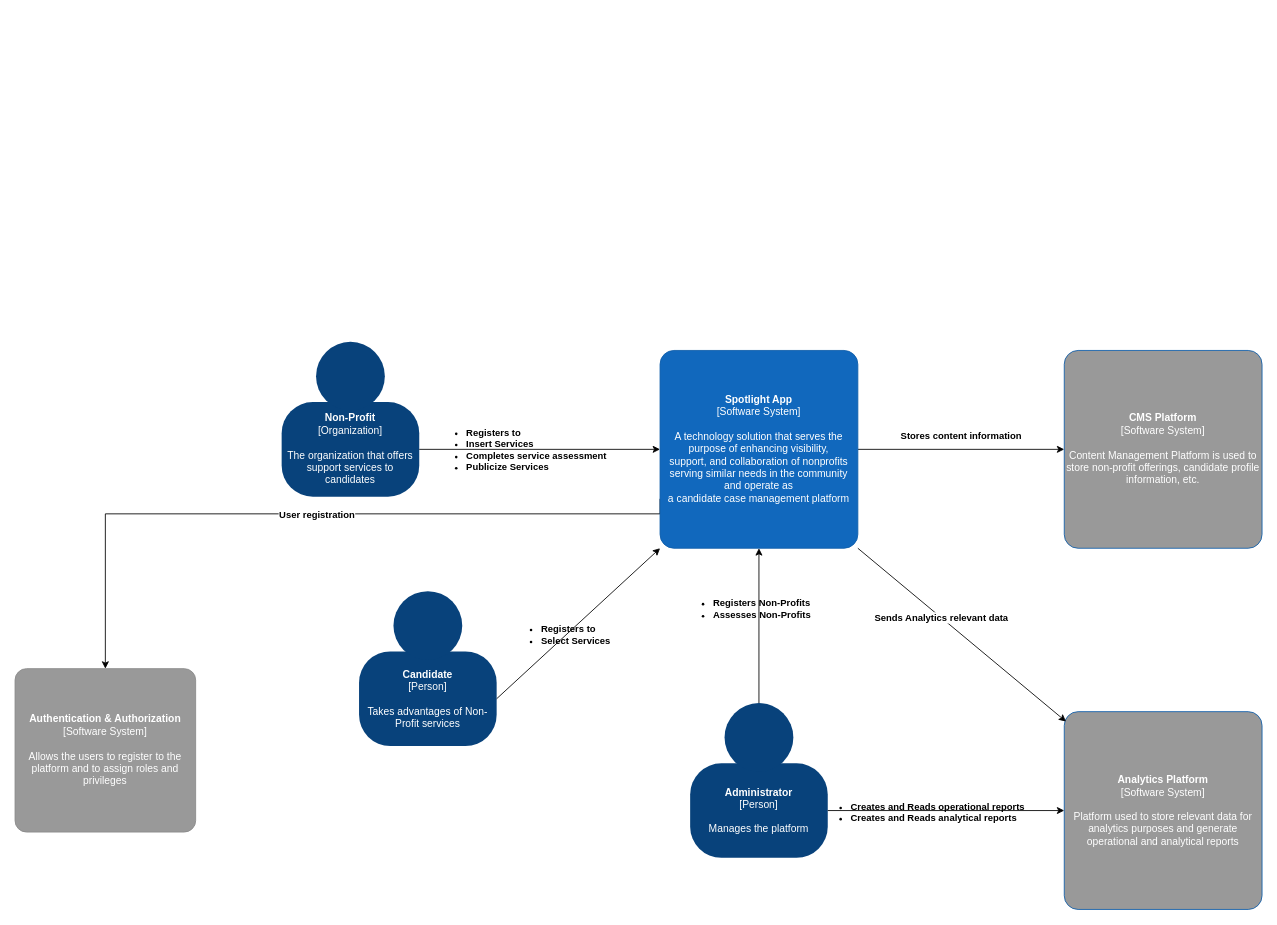
The draw.io diagram diagrams/ContextDiagram.drawio in Katalyst-2022/katas-2022, before the edit. Source tidied: cells renumbered, new cells numbered last; positions are measured from the earlier drawing's top-left corner, leaving out a move shared by most shapes. Both pictures are drawn from the tidied source at 86%, with x=0, y=0 at pixel (15, 341).
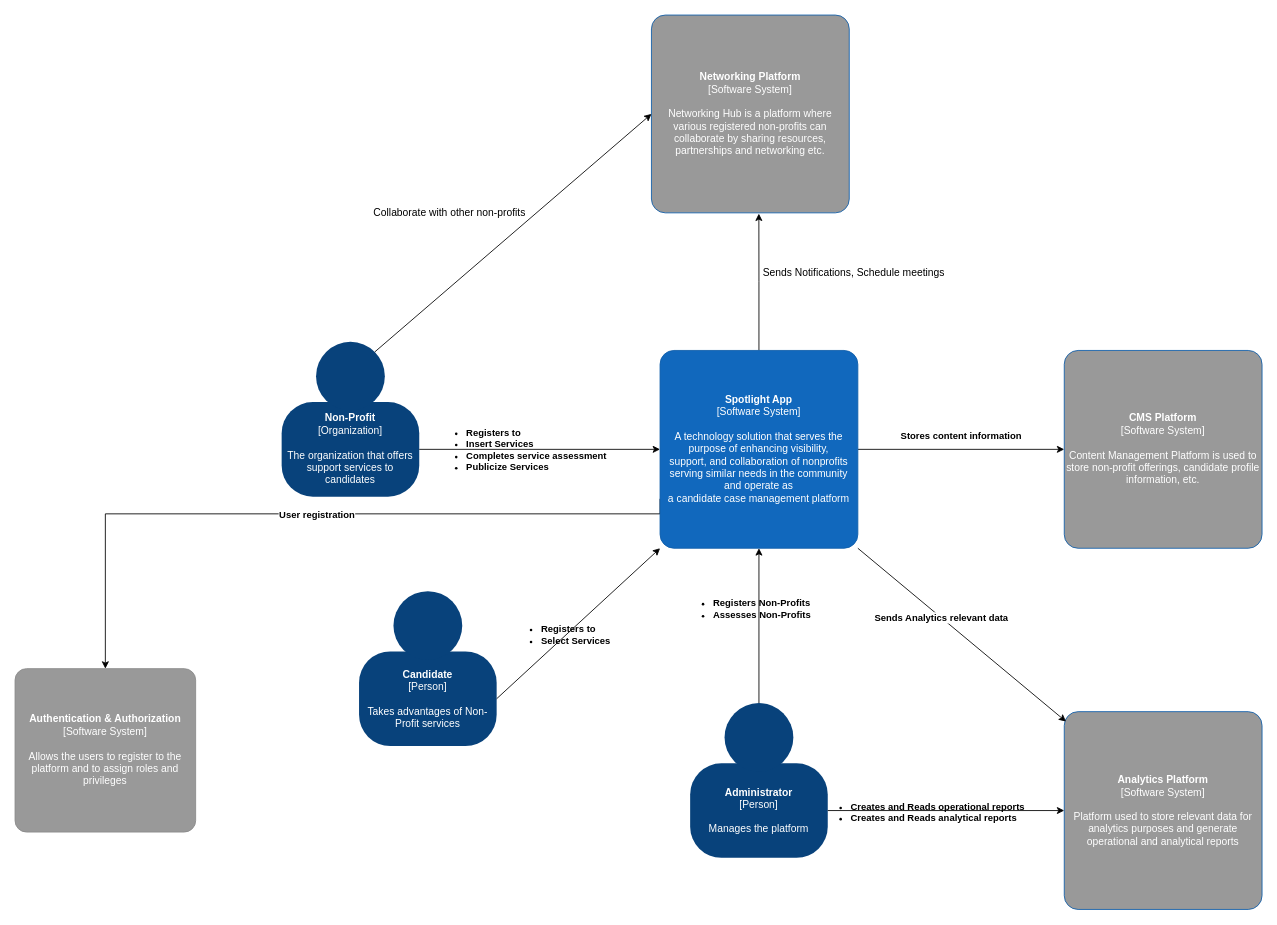
After the change.

Commit message (it also covers changes not shown here):
Added a non-functional requirement of Reporting. Added networking in the context diagram

Unchanged cells that the change refers to:
```xml
<mxCell id="4" style="ellipse;whiteSpace=wrap;html=1;rounded=0;labelBackgroundColor=none;fillColor=#08427b;fontSize=12;fontColor=#ffffff;align=center;strokeColor=3c7fc0;" parent="2" vertex="1">
  <mxGeometry x="40" width="80" height="80" as="geometry" />
</mxCell>
<mxCell id="14" value="&lt;b&gt;Spotlight App&lt;/b&gt;&lt;div&gt;[Software System]&lt;/div&gt;&lt;div&gt;&lt;br&gt;&lt;/div&gt;&lt;div&gt;&lt;div&gt;A technology solution that serves the purpose of enhancing visibility,&lt;/div&gt;&lt;div&gt;support, and collaboration of nonprofits serving similar needs in the community and operate as&lt;/div&gt;&lt;div&gt;a candidate case management platform&lt;/div&gt;&lt;/div&gt;" style="rounded=1;whiteSpace=wrap;html=1;labelBackgroundColor=none;fillColor=#1168bd;fontColor=#ffffff;align=center;arcSize=7;strokeColor=#0f5eaa;" parent="1" vertex="1">
  <mxGeometry x="750" y="10" width="230" height="230" as="geometry" />
</mxCell>
```

Change to the diagram source:
```diff
@@
+    <mxCell id="28" style="edgeStyle=orthogonalEdgeStyle;rounded=0;jettySize=auto;html=1;entryX=0.543;entryY=1.004;entryDx=0;entryDy=0;entryPerimeter=0;" parent="1" edge="1" source="14" target="29">
+      <mxGeometry relative="1" as="geometry" />
+    </mxCell>
@@
+    <mxCell id="29" value="&lt;span style=&quot;background-color: initial;&quot;&gt;&lt;b&gt;Networking Platform&lt;br&gt;&lt;/b&gt;[Software System]&lt;/span&gt;&lt;br&gt;&lt;div&gt;&lt;br&gt;&lt;/div&gt;&lt;div&gt;&lt;div&gt;Networking Hub is a platform where various registered non-profits can collaborate by sharing resources, partnerships and networking etc.&lt;/div&gt;&lt;/div&gt;" style="rounded=1;whiteSpace=wrap;html=1;labelBackgroundColor=none;fillColor=#999999;fontColor=#ffffff;align=center;arcSize=7;strokeColor=#0f5eaa;" parent="1" vertex="1">
+      <mxGeometry x="740" y="-380" width="230" height="230" as="geometry" />
+    </mxCell>
+    <mxCell id="30" value="Sends Notifications, Schedule meetings" style="text;html=1;align=center;verticalAlign=middle;strokeColor=none;fillColor=none;" parent="1" vertex="1">
+      <mxGeometry x="860" y="-90" width="230" height="20" as="geometry" />
+    </mxCell>
+    <mxCell id="31" style="rounded=0;jettySize=auto;html=1;exitX=1;exitY=0;exitDx=0;exitDy=0;entryX=0;entryY=0.5;entryDx=0;entryDy=0;" parent="1" edge="1" source="4" target="29">
+      <mxGeometry relative="1" as="geometry" />
+    </mxCell>
+    <mxCell id="32" value="Collaborate with other non-profits" style="text;html=1;align=center;verticalAlign=middle;strokeColor=none;fillColor=none;" parent="1" vertex="1">
+      <mxGeometry x="410" y="-160" width="190" height="20" as="geometry" />
+    </mxCell>
```
